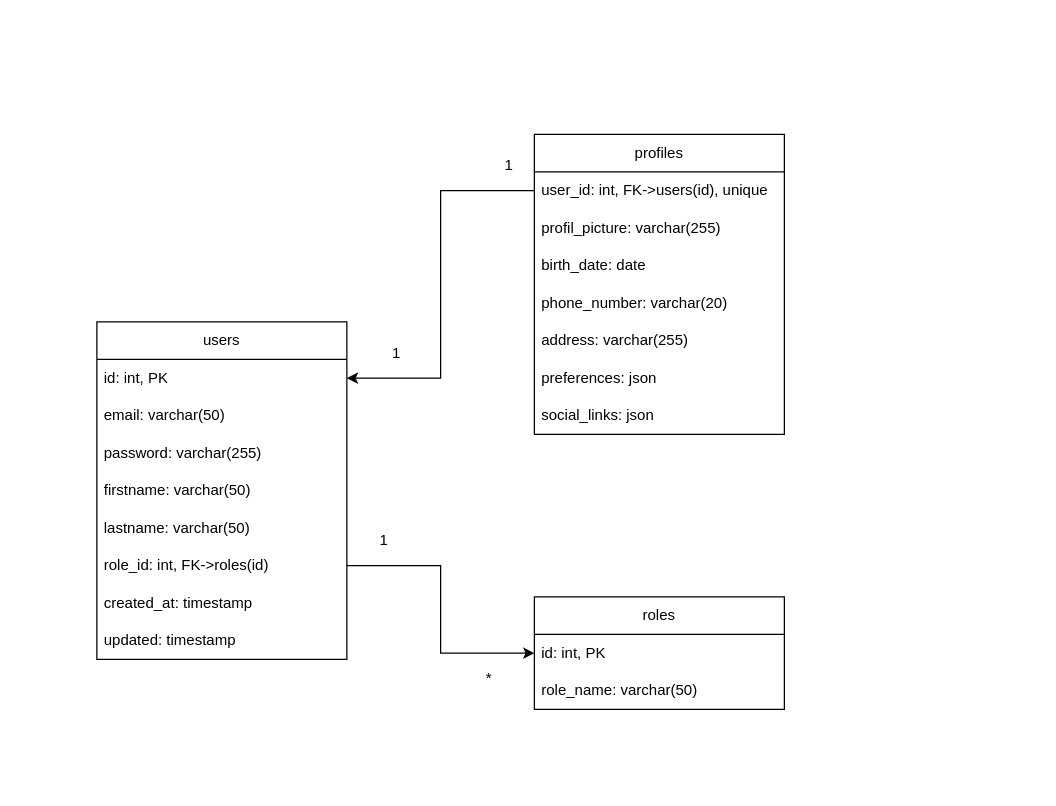
Before: MS_Payment.drawio in TBERT31/P13-YourCarYourWay_MessageApp_JavaAngular, a draw.io diagram. Source tidied: cells renumbered, new cells numbered last; positions are measured from the earlier drawing's top-left corner, leaving out a move shared by most shapes. Both pictures are drawn from the tidied source at 125%, with x=0, y=0 at pixel (96, 134).
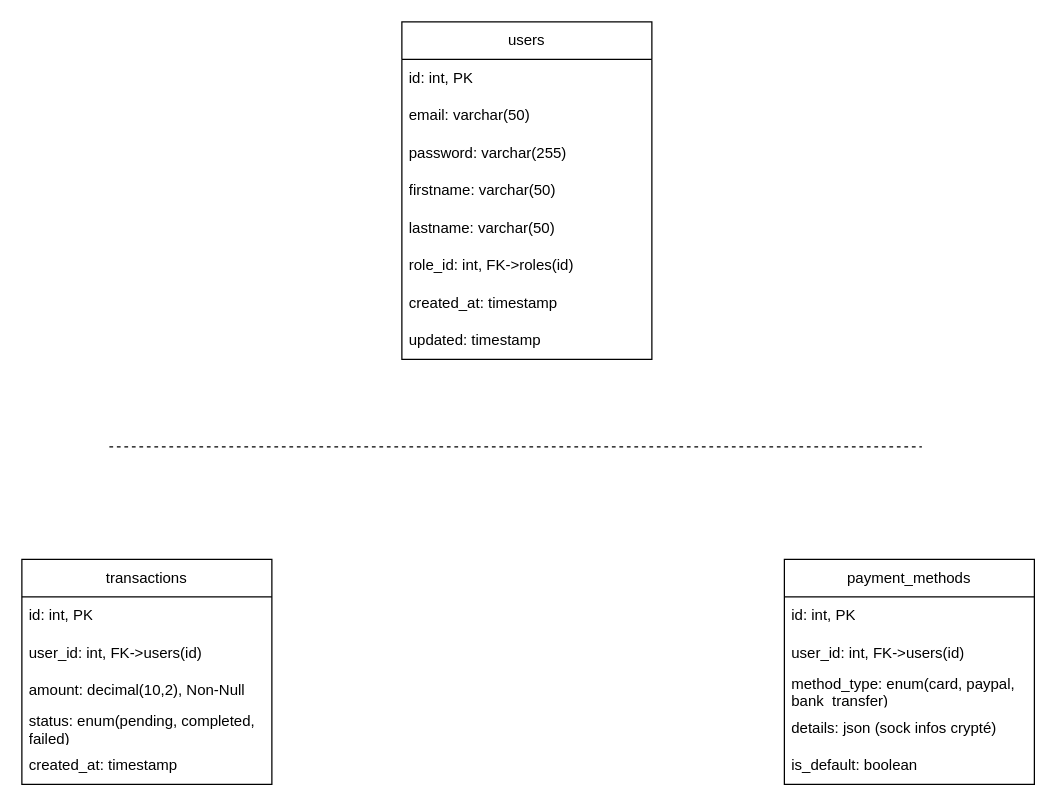
The same page after the edit.

Unchanged cells that the change refers to:
```xml
<mxCell id="3" value="id: int, PK" style="text;strokeColor=none;fillColor=none;align=left;verticalAlign=middle;spacingLeft=4;spacingRight=4;overflow=hidden;points=[[0,0.5],[1,0.5]];portConstraint=eastwest;whiteSpace=wrap;html=1;" parent="2" vertex="1">
  <mxGeometry y="30" width="200" height="30" as="geometry" />
</mxCell>
```

Change to the diagram source:
```diff
@@
-    <mxCell id="2" value="users" style="swimlane;fontStyle=0;horizontal=1;startSize=30;whiteSpace=wrap;html=1;direction=east;" parent="1" vertex="1">
-      <mxGeometry y="150" width="200" height="270" as="geometry" />
+    <mxCell id="2" value="transactions" style="swimlane;fontStyle=0;horizontal=1;startSize=30;whiteSpace=wrap;html=1;direction=east;" parent="1" vertex="1">
+      <mxGeometry x="-60" y="340" width="200" height="180" as="geometry" />
     </mxCell>
@@
-    <mxCell id="4" value="email: varchar(50)" style="text;strokeColor=none;fillColor=none;align=left;verticalAlign=middle;spacingLeft=4;spacingRight=4;overflow=hidden;whiteSpace=wrap;html=1;" parent="2" vertex="1">
+    <mxCell id="4" value="user_id: int, FK-&amp;gt;users(id)" style="text;strokeColor=none;fillColor=none;align=left;verticalAlign=middle;spacingLeft=4;spacingRight=4;overflow=hidden;whiteSpace=wrap;html=1;" parent="2" vertex="1">
       <mxGeometry y="60" width="200" height="30" as="geometry" />
     </mxCell>
-    <mxCell id="5" value="password: varchar(255)" style="text;strokeColor=none;fillColor=none;align=left;verticalAlign=middle;spacingLeft=4;spacingRight=4;overflow=hidden;whiteSpace=wrap;html=1;" parent="2" vertex="1">
+    <mxCell id="5" value="amount: decimal(10,2), Non-Null" style="text;strokeColor=none;fillColor=none;align=left;verticalAlign=middle;spacingLeft=4;spacingRight=4;overflow=hidden;whiteSpace=wrap;html=1;" parent="2" vertex="1">
       <mxGeometry y="90" width="200" height="30" as="geometry" />
     </mxCell>
-    <mxCell id="6" value="firstname: varchar(50)" style="text;strokeColor=none;fillColor=none;align=left;verticalAlign=middle;spacingLeft=4;spacingRight=4;overflow=hidden;whiteSpace=wrap;html=1;" parent="2" vertex="1">
+    <mxCell id="6" value="status: enum(pending, completed, failed)" style="text;strokeColor=none;fillColor=none;align=left;verticalAlign=middle;spacingLeft=4;spacingRight=4;overflow=hidden;whiteSpace=wrap;html=1;" parent="2" vertex="1">
       <mxGeometry y="120" width="200" height="30" as="geometry" />
     </mxCell>
-    <mxCell id="7" value="lastname: varchar(50)" style="text;strokeColor=none;fillColor=none;align=left;verticalAlign=middle;spacingLeft=4;spacingRight=4;overflow=hidden;whiteSpace=wrap;html=1;" parent="2" vertex="1">
+    <mxCell id="7" value="created_at: timestamp" style="text;strokeColor=none;fillColor=none;align=left;verticalAlign=middle;spacingLeft=4;spacingRight=4;overflow=hidden;whiteSpace=wrap;html=1;" parent="2" vertex="1">
       <mxGeometry y="150" width="200" height="30" as="geometry" />
     </mxCell>
-    <mxCell id="8" value="role_id: int, FK-&amp;gt;roles(id)" style="text;strokeColor=none;fillColor=none;align=left;verticalAlign=middle;spacingLeft=4;spacingRight=4;overflow=hidden;points=[[0,0.5],[1,0.5]];portConstraint=eastwest;whiteSpace=wrap;html=1;" parent="2" vertex="1">
-      <mxGeometry y="180" width="200" height="30" as="geometry" />
-    </mxCell>
-    <mxCell id="9" value="created_at: timestamp" style="text;strokeColor=none;fillColor=none;align=left;verticalAlign=middle;spacingLeft=4;spacingRight=4;overflow=hidden;whiteSpace=wrap;html=1;" parent="2" vertex="1">
-      <mxGeometry y="210" width="200" height="30" as="geometry" />
-    </mxCell>
-    <mxCell id="10" value="updated: timestamp" style="text;strokeColor=none;fillColor=none;align=left;verticalAlign=middle;spacingLeft=4;spacingRight=4;overflow=hidden;whiteSpace=wrap;html=1;" parent="2" vertex="1">
-      <mxGeometry y="240" width="200" height="30" as="geometry" />
-    </mxCell>
-    <mxCell id="11" value="profiles" style="swimlane;fontStyle=0;horizontal=1;startSize=30;whiteSpace=wrap;html=1;direction=east;" parent="1" vertex="1">
-      <mxGeometry x="350" width="200" height="240" as="geometry" />
+    <mxCell id="11" value="payment_methods" style="swimlane;fontStyle=0;horizontal=1;startSize=30;whiteSpace=wrap;html=1;direction=east;" parent="1" vertex="1">
+      <mxGeometry x="550" y="340" width="200" height="180" as="geometry" />
     </mxCell>
-    <mxCell id="12" value="user_id: int, FK-&amp;gt;users(id), unique" style="text;strokeColor=none;fillColor=none;align=left;verticalAlign=middle;spacingLeft=4;spacingRight=4;overflow=hidden;points=[[0,0.5],[1,0.5]];portConstraint=eastwest;whiteSpace=wrap;html=1;" parent="11" vertex="1">
+    <mxCell id="12" value="id: int, PK" style="text;strokeColor=none;fillColor=none;align=left;verticalAlign=middle;spacingLeft=4;spacingRight=4;overflow=hidden;points=[[0,0.5],[1,0.5]];portConstraint=eastwest;whiteSpace=wrap;html=1;" parent="11" vertex="1">
       <mxGeometry y="30" width="200" height="30" as="geometry" />
     </mxCell>
-    <mxCell id="13" value="profil_picture: varchar(255)" style="text;strokeColor=none;fillColor=none;align=left;verticalAlign=middle;spacingLeft=4;spacingRight=4;overflow=hidden;whiteSpace=wrap;html=1;" parent="11" vertex="1">
+    <mxCell id="13" value="user_id: int, FK-&amp;gt;users(id)" style="text;strokeColor=none;fillColor=none;align=left;verticalAlign=middle;spacingLeft=4;spacingRight=4;overflow=hidden;whiteSpace=wrap;html=1;" parent="11" vertex="1">
       <mxGeometry y="60" width="200" height="30" as="geometry" />
     </mxCell>
-    <mxCell id="14" value="birth_date: date" style="text;strokeColor=none;fillColor=none;align=left;verticalAlign=middle;spacingLeft=4;spacingRight=4;overflow=hidden;whiteSpace=wrap;html=1;" parent="11" vertex="1">
+    <mxCell id="14" value="method_type: enum(card, paypal, bank_transfer)" style="text;strokeColor=none;fillColor=none;align=left;verticalAlign=middle;spacingLeft=4;spacingRight=4;overflow=hidden;whiteSpace=wrap;html=1;" parent="11" vertex="1">
       <mxGeometry y="90" width="200" height="30" as="geometry" />
     </mxCell>
-    <mxCell id="15" value="phone_number: varchar(20)" style="text;strokeColor=none;fillColor=none;align=left;verticalAlign=middle;spacingLeft=4;spacingRight=4;overflow=hidden;whiteSpace=wrap;html=1;" parent="11" vertex="1">
+    <mxCell id="15" value="details: json (sock infos crypté)" style="text;strokeColor=none;fillColor=none;align=left;verticalAlign=middle;spacingLeft=4;spacingRight=4;overflow=hidden;whiteSpace=wrap;html=1;" parent="11" vertex="1">
       <mxGeometry y="120" width="200" height="30" as="geometry" />
     </mxCell>
-    <mxCell id="16" value="address: varchar(255)" style="text;strokeColor=none;fillColor=none;align=left;verticalAlign=middle;spacingLeft=4;spacingRight=4;overflow=hidden;whiteSpace=wrap;html=1;" parent="11" vertex="1">
+    <mxCell id="16" value="is_default: boolean" style="text;strokeColor=none;fillColor=none;align=left;verticalAlign=middle;spacingLeft=4;spacingRight=4;overflow=hidden;whiteSpace=wrap;html=1;" parent="11" vertex="1">
       <mxGeometry y="150" width="200" height="30" as="geometry" />
     </mxCell>
-    <mxCell id="17" value="preferences: json" style="text;strokeColor=none;fillColor=none;align=left;verticalAlign=middle;spacingLeft=4;spacingRight=4;overflow=hidden;whiteSpace=wrap;html=1;" parent="11" vertex="1">
-      <mxGeometry y="180" width="200" height="30" as="geometry" />
-    </mxCell>
-    <mxCell id="18" value="social_links: json" style="text;strokeColor=none;fillColor=none;align=left;verticalAlign=middle;spacingLeft=4;spacingRight=4;overflow=hidden;whiteSpace=wrap;html=1;" parent="11" vertex="1">
-      <mxGeometry y="210" width="200" height="30" as="geometry" />
-    </mxCell>
-    <mxCell id="19" value="roles" style="swimlane;fontStyle=0;horizontal=1;startSize=30;whiteSpace=wrap;html=1;direction=east;" parent="1" vertex="1">
-      <mxGeometry x="350" y="370" width="200" height="90" as="geometry" />
-    </mxCell>
+    <mxCell id="28" style="endArrow=none;dashed=1;html=1;rounded=0;" parent="1" edge="1">
+      <mxGeometry relative="1" as="geometry">
+        <mxPoint x="10" y="250" as="sourcePoint" />
+        <mxPoint x="660" y="250" as="targetPoint" />
+      </mxGeometry>
+    </mxCell>
+    <mxCell id="29" value="users" style="swimlane;fontStyle=0;horizontal=1;startSize=30;whiteSpace=wrap;html=1;direction=east;" parent="1" vertex="1">
+      <mxGeometry x="244" y="-90" width="200" height="270" as="geometry" />
+    </mxCell>
-    <mxCell id="20" value="id: int, PK" style="text;strokeColor=none;fillColor=none;align=left;verticalAlign=middle;spacingLeft=4;spacingRight=4;overflow=hidden;points=[[0,0.5],[1,0.5]];portConstraint=eastwest;whiteSpace=wrap;html=1;" parent="19" vertex="1">
+    <mxCell id="20" value="id: int, PK" style="text;strokeColor=none;fillColor=none;align=left;verticalAlign=middle;spacingLeft=4;spacingRight=4;overflow=hidden;points=[[0,0.5],[1,0.5]];portConstraint=eastwest;whiteSpace=wrap;html=1;" parent="29" vertex="1">
       <mxGeometry y="30" width="200" height="30" as="geometry" />
     </mxCell>
-    <mxCell id="21" value="role_name: varchar(50)" style="text;strokeColor=none;fillColor=none;align=left;verticalAlign=middle;spacingLeft=4;spacingRight=4;overflow=hidden;whiteSpace=wrap;html=1;" parent="19" vertex="1">
-      <mxGeometry y="60" width="200" height="30" as="geometry" />
-    </mxCell>
-    <mxCell id="22" style="edgeStyle=orthogonalEdgeStyle;rounded=0;jettySize=auto;html=1;entryX=1;entryY=0.5;entryDx=0;entryDy=0;" parent="1" edge="1" source="12" target="3">
-      <mxGeometry relative="1" as="geometry" />
-    </mxCell>
-    <mxCell id="23" style="edgeStyle=orthogonalEdgeStyle;rounded=0;jettySize=auto;html=1;entryX=0;entryY=0.5;entryDx=0;entryDy=0;" parent="1" edge="1" source="8" target="20">
-      <mxGeometry relative="1" as="geometry" />
-    </mxCell>
-    <mxCell id="24" value="1" style="text;html=1;align=center;verticalAlign=middle;whiteSpace=wrap;rounded=0;" parent="1" vertex="1">
-      <mxGeometry x="200" y="310" width="60" height="30" as="geometry" />
-    </mxCell>
-    <mxCell id="25" value="*" style="text;html=1;align=center;verticalAlign=middle;whiteSpace=wrap;rounded=0;" parent="1" vertex="1">
-      <mxGeometry x="284" y="420" width="60" height="30" as="geometry" />
-    </mxCell>
-    <mxCell id="26" value="1" style="text;html=1;align=center;verticalAlign=middle;whiteSpace=wrap;rounded=0;" parent="1" vertex="1">
-      <mxGeometry x="300" y="10" width="60" height="30" as="geometry" />
-    </mxCell>
-    <mxCell id="27" value="1" style="text;html=1;align=center;verticalAlign=middle;whiteSpace=wrap;rounded=0;" parent="1" vertex="1">
-      <mxGeometry x="210" y="160" width="60" height="30" as="geometry" />
-    </mxCell>
+    <mxCell id="30" value="email: varchar(50)" style="text;strokeColor=none;fillColor=none;align=left;verticalAlign=middle;spacingLeft=4;spacingRight=4;overflow=hidden;whiteSpace=wrap;html=1;" parent="29" vertex="1">
+      <mxGeometry y="60" width="200" height="30" as="geometry" />
+    </mxCell>
+    <mxCell id="31" value="password: varchar(255)" style="text;strokeColor=none;fillColor=none;align=left;verticalAlign=middle;spacingLeft=4;spacingRight=4;overflow=hidden;whiteSpace=wrap;html=1;" parent="29" vertex="1">
+      <mxGeometry y="90" width="200" height="30" as="geometry" />
+    </mxCell>
+    <mxCell id="32" value="firstname: varchar(50)" style="text;strokeColor=none;fillColor=none;align=left;verticalAlign=middle;spacingLeft=4;spacingRight=4;overflow=hidden;whiteSpace=wrap;html=1;" parent="29" vertex="1">
+      <mxGeometry y="120" width="200" height="30" as="geometry" />
+    </mxCell>
+    <mxCell id="33" value="lastname: varchar(50)" style="text;strokeColor=none;fillColor=none;align=left;verticalAlign=middle;spacingLeft=4;spacingRight=4;overflow=hidden;whiteSpace=wrap;html=1;" parent="29" vertex="1">
+      <mxGeometry y="150" width="200" height="30" as="geometry" />
+    </mxCell>
+    <mxCell id="8" value="role_id: int, FK-&amp;gt;roles(id)" style="text;strokeColor=none;fillColor=none;align=left;verticalAlign=middle;spacingLeft=4;spacingRight=4;overflow=hidden;points=[[0,0.5],[1,0.5]];portConstraint=eastwest;whiteSpace=wrap;html=1;" parent="29" vertex="1">
+      <mxGeometry y="180" width="200" height="30" as="geometry" />
+    </mxCell>
+    <mxCell id="9" value="created_at: timestamp" style="text;strokeColor=none;fillColor=none;align=left;verticalAlign=middle;spacingLeft=4;spacingRight=4;overflow=hidden;whiteSpace=wrap;html=1;" parent="29" vertex="1">
+      <mxGeometry y="210" width="200" height="30" as="geometry" />
+    </mxCell>
+    <mxCell id="10" value="updated: timestamp" style="text;strokeColor=none;fillColor=none;align=left;verticalAlign=middle;spacingLeft=4;spacingRight=4;overflow=hidden;whiteSpace=wrap;html=1;" parent="29" vertex="1">
+      <mxGeometry y="240" width="200" height="30" as="geometry" />
+    </mxCell>
```
